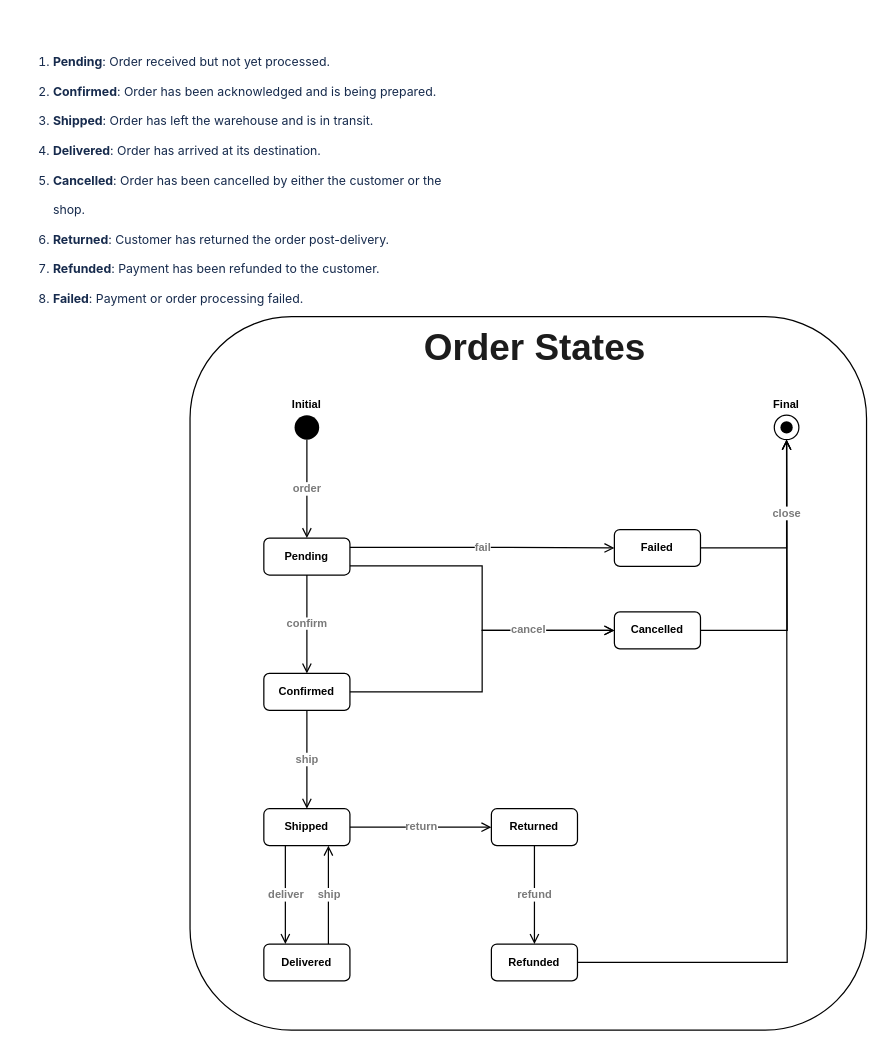
Above: page "[STATE] Order" (2 of 2) of architecture/UseCases.drawio in average-js-enjoyers/average-js-webshop (draw.io), before the change. Source tidied: cells renumbered, new cells numbered last; positions are measured from the earlier drawing's top-left corner, leaving out a move shared by most shapes. Both pictures are drawn from the tidied source at 123%, with x=0, y=0 at pixel (20, 21).
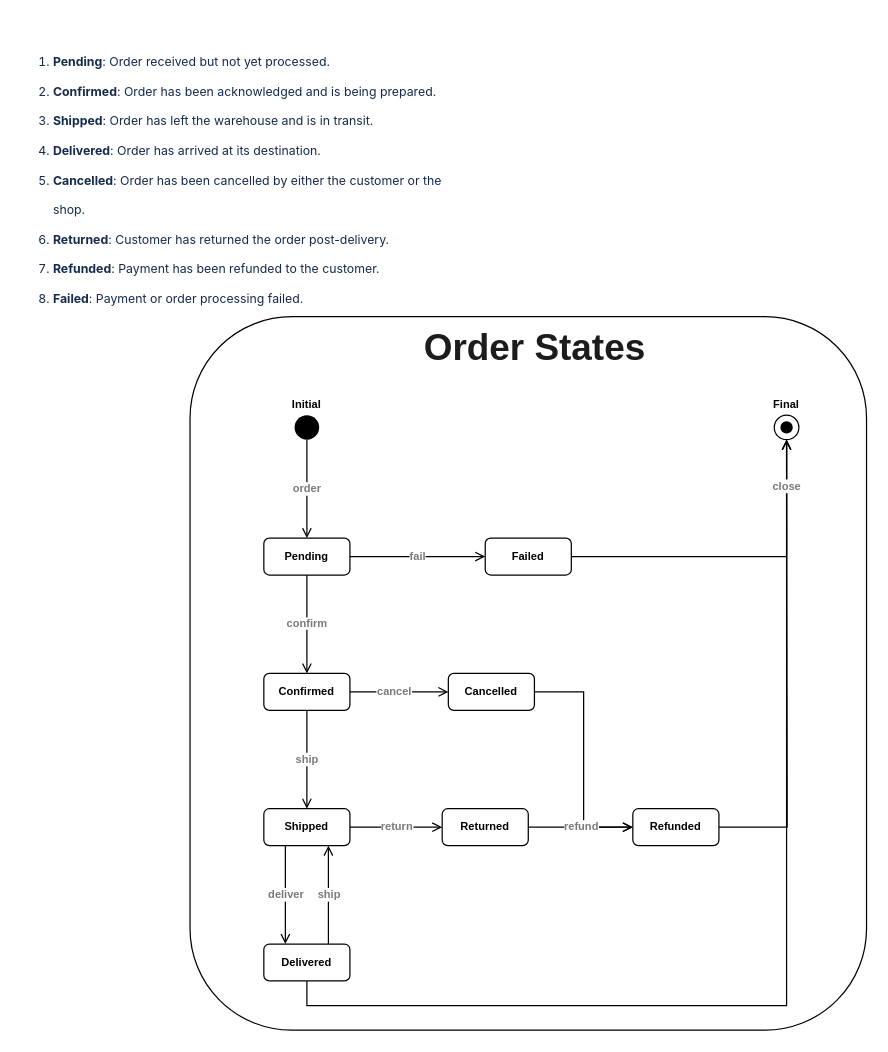
The same diagram, later.

Commit message:
Order state update

Unchanged cells that the change refers to:
```xml
<mxCell id="6" value="Pending" style="rounded=1;whiteSpace=wrap;html=1;labelBackgroundColor=none;align=center;verticalAlign=middle;fontFamily=Helvetica;fontSize=9;fontColor=#000000;fillColor=none;gradientColor=none;fontStyle=1;" parent="1" vertex="1">
  <mxGeometry x="198" y="420" width="70" height="30" as="geometry" />
</mxCell>
<mxCell id="13" value="Confirmed" style="rounded=1;whiteSpace=wrap;html=1;labelBackgroundColor=none;align=center;verticalAlign=middle;fontFamily=Helvetica;fontSize=9;fontColor=#000000;fillColor=none;gradientColor=none;fontStyle=1;" parent="1" vertex="1">
  <mxGeometry x="198" y="530" width="70" height="30" as="geometry" />
</mxCell>
```

Diff of the diagram source:
```diff
@@
-    <mxCell id="4" style="edgeStyle=orthogonalEdgeStyle;shape=connector;rounded=0;jettySize=auto;html=1;exitX=1;exitY=0.75;exitDx=0;exitDy=0;entryX=0;entryY=0.5;entryDx=0;entryDy=0;labelBackgroundColor=none;strokeColor=default;align=center;verticalAlign=middle;fontFamily=Helvetica;fontSize=9;fontColor=#000000;endArrow=open;endFill=0;" parent="1" edge="1" source="6" target="20">
-      <mxGeometry relative="1" as="geometry" />
-    </mxCell>
-    <mxCell id="5" value="fail" style="edgeStyle=orthogonalEdgeStyle;shape=connector;rounded=0;jettySize=auto;html=1;exitX=1;exitY=0.25;exitDx=0;exitDy=0;entryX=0;entryY=0.5;entryDx=0;entryDy=0;labelBackgroundColor=default;strokeColor=default;align=center;verticalAlign=middle;fontFamily=Helvetica;fontSize=9;fontColor=#7A7A7A;endArrow=open;endFill=0;fontStyle=1;" parent="1" edge="1" source="6" target="27">
+    <mxCell id="5" value="fail" style="edgeStyle=orthogonalEdgeStyle;shape=connector;rounded=0;jettySize=auto;html=1;exitX=1;exitY=0.5;exitDx=0;exitDy=0;entryX=0;entryY=0.5;entryDx=0;entryDy=0;labelBackgroundColor=default;strokeColor=default;align=center;verticalAlign=middle;fontFamily=Helvetica;fontSize=9;fontColor=#7A7A7A;endArrow=open;endFill=0;fontStyle=1;" parent="1" edge="1" source="6" target="27">
       <mxGeometry relative="1" as="geometry" />
     </mxCell>
@@
     <mxCell id="12" value="cancel" style="edgeStyle=orthogonalEdgeStyle;shape=connector;rounded=0;jettySize=auto;html=1;exitX=1;exitY=0.5;exitDx=0;exitDy=0;entryX=0;entryY=0.5;entryDx=0;entryDy=0;labelBackgroundColor=default;strokeColor=default;align=center;verticalAlign=middle;fontFamily=Helvetica;fontSize=9;fontColor=#7A7A7A;endArrow=open;endFill=0;fontStyle=1;" parent="1" edge="1" source="13" target="20">
-      <mxGeometry x="0.47" relative="1" as="geometry" />
+      <mxGeometry x="-0.09" relative="1" as="geometry" />
     </mxCell>
@@
+    <mxCell id="30" style="edgeStyle=orthogonalEdgeStyle;shape=connector;rounded=0;orthogonalLoop=1;jettySize=auto;html=1;entryX=0.5;entryY=1;entryDx=0;entryDy=0;labelBackgroundColor=default;strokeColor=default;align=center;verticalAlign=middle;fontFamily=Helvetica;fontSize=9;fontColor=#7A7A7A;endArrow=open;endFill=0;" parent="1" edge="1">
+      <mxGeometry relative="1" as="geometry">
+        <mxPoint x="233" y="780" as="sourcePoint" />
+        <mxPoint x="623" y="340" as="targetPoint" />
+        <Array as="points">
+          <mxPoint x="233" y="800" />
+          <mxPoint x="623" y="800" />
+        </Array>
+      </mxGeometry>
+    </mxCell>
@@
-    <mxCell id="19" style="edgeStyle=orthogonalEdgeStyle;shape=connector;rounded=0;jettySize=auto;html=1;exitX=1;exitY=0.5;exitDx=0;exitDy=0;labelBackgroundColor=default;strokeColor=default;align=center;verticalAlign=middle;fontFamily=Helvetica;fontSize=9;fontColor=#7A7A7A;endArrow=open;endFill=0;" parent="1" edge="1" source="20">
-      <mxGeometry relative="1" as="geometry">
-        <mxPoint x="623" y="340" as="targetPoint" />
-      </mxGeometry>
-    </mxCell>
+    <mxCell id="31" style="edgeStyle=orthogonalEdgeStyle;shape=connector;rounded=0;jettySize=auto;html=1;exitX=1;exitY=0.5;exitDx=0;exitDy=0;entryX=0;entryY=0.5;entryDx=0;entryDy=0;labelBackgroundColor=default;strokeColor=default;align=center;verticalAlign=middle;fontFamily=Helvetica;fontSize=9;fontColor=#7A7A7A;endArrow=open;endFill=0;" parent="1" edge="1" source="20" target="29">
+      <mxGeometry relative="1" as="geometry" />
+    </mxCell>
     <mxCell id="20" value="Cancelled" style="rounded=1;whiteSpace=wrap;html=1;labelBackgroundColor=none;align=center;verticalAlign=middle;fontFamily=Helvetica;fontSize=9;fontColor=#000000;fillColor=none;gradientColor=none;fontStyle=1;" parent="1" vertex="1">
-      <mxGeometry x="483" y="480" width="70" height="30" as="geometry" />
+      <mxGeometry x="348" y="530" width="70" height="30" as="geometry" />
     </mxCell>
-    <mxCell id="21" value="&lt;span style=&quot;color: rgb(122, 122, 122); font-family: Helvetica; font-size: 9px; font-style: normal; font-variant-ligatures: normal; font-variant-caps: normal; font-weight: 700; letter-spacing: normal; orphans: 2; text-align: center; text-indent: 0px; text-transform: none; widows: 2; word-spacing: 0px; -webkit-text-stroke-width: 0px; background-color: rgb(255, 255, 255); text-decoration-thickness: initial; text-decoration-style: initial; text-decoration-color: initial; float: none; display: inline !important;&quot;&gt;refund&lt;/span&gt;" style="edgeStyle=orthogonalEdgeStyle;shape=connector;rounded=0;jettySize=auto;html=1;exitX=0.5;exitY=1;exitDx=0;exitDy=0;entryX=0.5;entryY=0;entryDx=0;entryDy=0;labelBackgroundColor=default;strokeColor=default;align=center;verticalAlign=middle;fontFamily=Helvetica;fontSize=9;fontColor=#7A7A7A;endArrow=open;endFill=0;" parent="1" edge="1" source="22" target="29">
+    <mxCell id="21" value="&lt;span style=&quot;color: rgb(122, 122, 122); font-family: Helvetica; font-size: 9px; font-style: normal; font-variant-ligatures: normal; font-variant-caps: normal; font-weight: 700; letter-spacing: normal; orphans: 2; text-align: center; text-indent: 0px; text-transform: none; widows: 2; word-spacing: 0px; -webkit-text-stroke-width: 0px; background-color: rgb(255, 255, 255); text-decoration-thickness: initial; text-decoration-style: initial; text-decoration-color: initial; float: none; display: inline !important;&quot;&gt;refund&lt;/span&gt;" style="edgeStyle=orthogonalEdgeStyle;shape=connector;rounded=0;jettySize=auto;html=1;exitX=1;exitY=0.5;exitDx=0;exitDy=0;entryX=0;entryY=0.5;entryDx=0;entryDy=0;labelBackgroundColor=default;strokeColor=default;align=center;verticalAlign=middle;fontFamily=Helvetica;fontSize=9;fontColor=#7A7A7A;endArrow=open;endFill=0;" parent="1" edge="1" source="22" target="29">
       <mxGeometry relative="1" as="geometry" />
     </mxCell>
     <mxCell id="22" value="Returned" style="rounded=1;whiteSpace=wrap;html=1;labelBackgroundColor=none;align=center;verticalAlign=middle;fontFamily=Helvetica;fontSize=9;fontColor=#000000;fillColor=none;gradientColor=none;fontStyle=1;" parent="1" vertex="1">
-      <mxGeometry x="383" y="640" width="70" height="30" as="geometry" />
+      <mxGeometry x="343" y="640" width="70" height="30" as="geometry" />
     </mxCell>
@@
     <mxCell id="27" value="Failed" style="rounded=1;whiteSpace=wrap;html=1;labelBackgroundColor=none;align=center;verticalAlign=middle;fontFamily=Helvetica;fontSize=9;fontColor=#000000;fillColor=none;gradientColor=none;fontStyle=1;" parent="1" vertex="1">
-      <mxGeometry x="483" y="413" width="70" height="30" as="geometry" />
+      <mxGeometry x="378" y="420" width="70" height="30" as="geometry" />
     </mxCell>
@@
     <mxCell id="29" value="Refunded" style="rounded=1;whiteSpace=wrap;html=1;labelBackgroundColor=none;align=center;verticalAlign=middle;fontFamily=Helvetica;fontSize=9;fontColor=#000000;fillColor=none;gradientColor=none;fontStyle=1;" parent="1" vertex="1">
-      <mxGeometry x="383" y="750" width="70" height="30" as="geometry" />
+      <mxGeometry x="498" y="640" width="70" height="30" as="geometry" />
     </mxCell>
```
